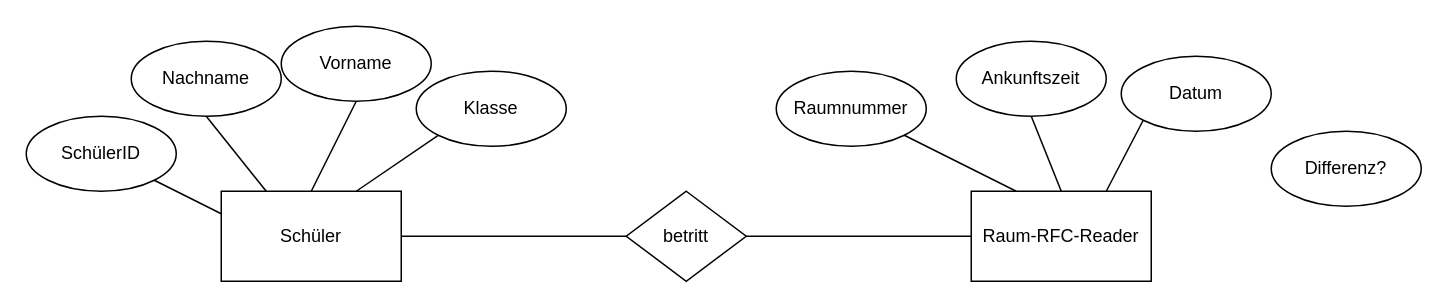
SandraGrave/Anwensheitskontrolle keeps this draw.io diagram as ERD Anwesenheit.drawio. Above is the earlier version. Source tidied: cells renumbered, new cells numbered last; positions are measured from the earlier drawing's top-left corner, leaving out a move shared by most shapes. Both pictures are drawn from the tidied source at 150%, with x=0, y=0 at pixel (26, 26).
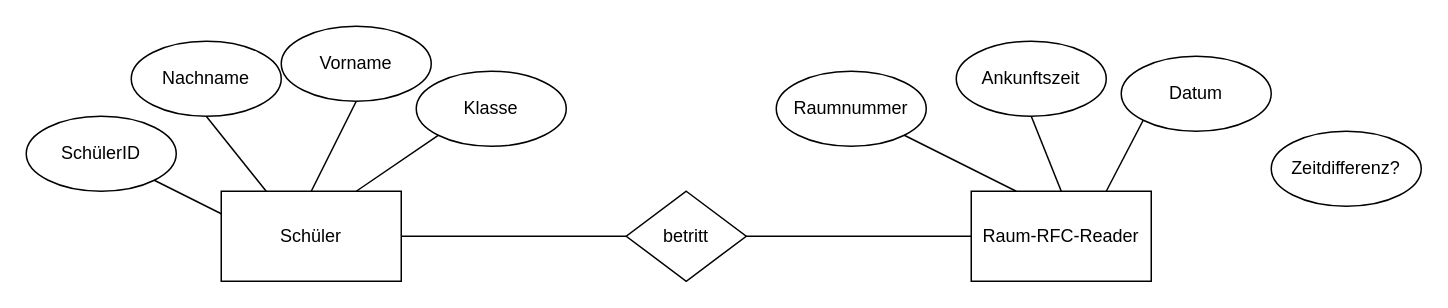
The same page after the edit.

The edit, as a diff of the source:
```diff
@@
-    <mxCell id="21" value="Differenz?" style="ellipse;whiteSpace=wrap;html=1;" parent="1" vertex="1">
+    <mxCell id="21" value="&lt;div&gt;Zeitdifferenz?&lt;/div&gt;" style="ellipse;whiteSpace=wrap;html=1;" parent="1" vertex="1">
       <mxGeometry x="830" y="70" width="100" height="50" as="geometry" />
     </mxCell>
```
